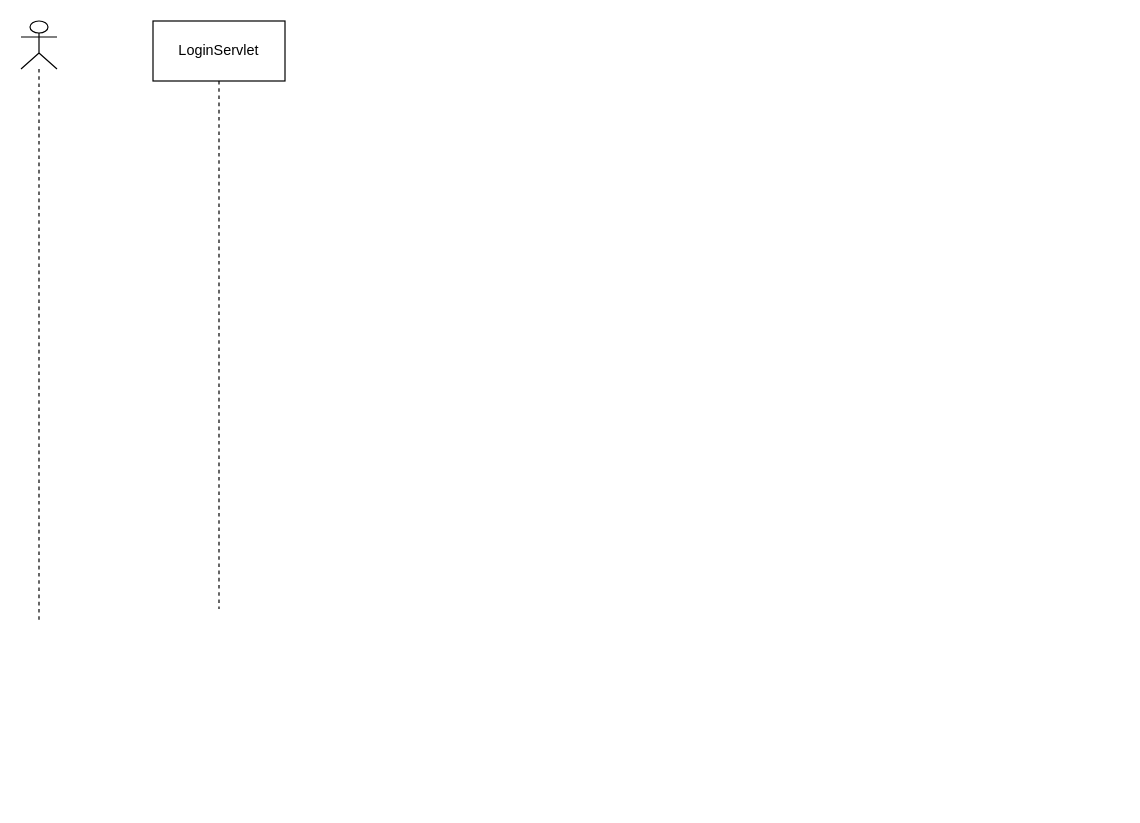
Earlier version of the draw.io diagram si-kensu1.drawio (Holy0343/Product1). Source tidied: cells renumbered, new cells numbered last; positions are measured from the earlier drawing's top-left corner, leaving out a move shared by most shapes. Both pictures are drawn from the tidied source at 120%, with x=0, y=0 at pixel (20, 20).
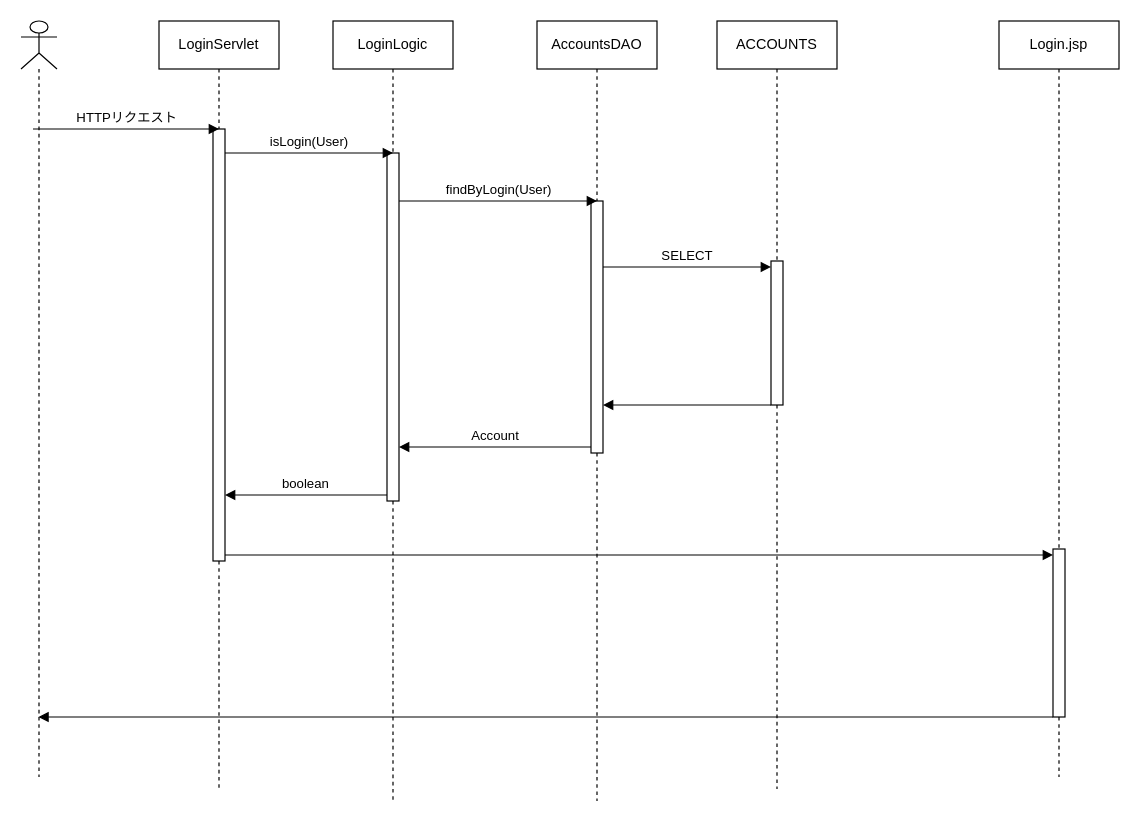
After the change.

Commit message (it also covers changes not shown here):
si-kensu1.drawio を更新します

What changed in the source:
```diff
@@
     <mxCell id="2" style="shape=umlLifeline;perimeter=lifelinePerimeter;whiteSpace=wrap;html=1;outlineConnect=0;portConstraint=eastwest;newEdgeStyle={&quot;curved&quot;:0,&quot;rounded&quot;:0};participant=umlActor;" parent="1" vertex="1">
-      <mxGeometry width="30" height="500" as="geometry" />
+      <mxGeometry width="30" height="630" as="geometry" />
     </mxCell>
-    <mxCell id="3" style="rounded=0;jettySize=auto;html=1;endArrow=none;endFill=0;dashed=1;" parent="1" edge="1" source="4">
+    <mxCell id="3" style="rounded=0;jettySize=auto;html=1;endArrow=none;endFill=0;dashed=1;" parent="1" edge="1" source="6">
       <mxGeometry relative="1" as="geometry">
-        <mxPoint x="165" y="490" as="targetPoint" />
+        <mxPoint x="165" y="640" as="targetPoint" />
       </mxGeometry>
     </mxCell>
     <mxCell id="4" value="LoginServlet" style="html=1;whiteSpace=wrap;" parent="1" vertex="1">
-      <mxGeometry x="110" width="110" height="50" as="geometry" />
+      <mxGeometry x="115" width="100" height="40" as="geometry" />
     </mxCell>
+    <mxCell id="5" style="rounded=0;jettySize=auto;html=1;endArrow=none;endFill=0;dashed=1;" parent="1" edge="1" source="4" target="6">
+      <mxGeometry relative="1" as="geometry" />
+    </mxCell>
+    <mxCell id="6" style="html=1;points=[[0,0,0,0,5],[0,1,0,0,-5],[1,0,0,0,5],[1,1,0,0,-5]];perimeter=orthogonalPerimeter;outlineConnect=0;targetShapes=umlLifeline;portConstraint=eastwest;newEdgeStyle={&quot;curved&quot;:0,&quot;rounded&quot;:0};" parent="1" vertex="1">
+      <mxGeometry x="160" y="90" width="10" height="360" as="geometry" />
+    </mxCell>
+    <mxCell id="7" value="HTTPリクエスト" style="html=1;verticalAlign=bottom;endArrow=block;curved=0;rounded=0;" parent="1" edge="1">
+      <mxGeometry relative="1" as="geometry">
+        <mxPoint x="10" y="90" as="sourcePoint" />
+        <mxPoint x="165" y="90" as="targetPoint" />
+      </mxGeometry>
+    </mxCell>
+    <mxCell id="8" style="rounded=0;jettySize=auto;html=1;endArrow=none;endFill=0;dashed=1;" parent="1" edge="1" source="11">
+      <mxGeometry relative="1" as="geometry">
+        <mxPoint x="310" y="650" as="targetPoint" />
+      </mxGeometry>
+    </mxCell>
+    <mxCell id="9" value="LoginLogic" style="html=1;whiteSpace=wrap;" parent="1" vertex="1">
+      <mxGeometry x="260" width="100" height="40" as="geometry" />
+    </mxCell>
+    <mxCell id="10" style="rounded=0;jettySize=auto;html=1;endArrow=none;endFill=0;dashed=1;" parent="1" edge="1" source="9" target="11">
+      <mxGeometry relative="1" as="geometry" />
+    </mxCell>
+    <mxCell id="11" style="html=1;points=[[0,0,0,0,5],[0,1,0,0,-5],[1,0,0,0,5],[1,1,0,0,-5]];perimeter=orthogonalPerimeter;outlineConnect=0;targetShapes=umlLifeline;portConstraint=eastwest;newEdgeStyle={&quot;curved&quot;:0,&quot;rounded&quot;:0};" parent="1" vertex="1">
+      <mxGeometry x="305" y="110" width="10" height="290" as="geometry" />
+    </mxCell>
+    <mxCell id="12" value="isLogin(User)" style="html=1;verticalAlign=bottom;endArrow=block;rounded=0;" parent="1" edge="1">
+      <mxGeometry relative="1" as="geometry">
+        <mxPoint x="170" y="110" as="sourcePoint" />
+        <mxPoint x="310" y="110" as="targetPoint" />
+        <Array as="points">
+          <mxPoint x="270" y="110" />
+        </Array>
+      </mxGeometry>
+    </mxCell>
+    <mxCell id="13" style="rounded=0;jettySize=auto;html=1;endArrow=none;endFill=0;dashed=1;" parent="1" edge="1" source="16">
+      <mxGeometry relative="1" as="geometry">
+        <mxPoint x="480" y="650" as="targetPoint" />
+      </mxGeometry>
+    </mxCell>
+    <mxCell id="14" value="AccountsDAO" style="html=1;whiteSpace=wrap;" parent="1" vertex="1">
+      <mxGeometry x="430" width="100" height="40" as="geometry" />
+    </mxCell>
+    <mxCell id="15" style="rounded=0;jettySize=auto;html=1;endArrow=none;endFill=0;dashed=1;" parent="1" edge="1" source="14" target="16">
+      <mxGeometry relative="1" as="geometry" />
+    </mxCell>
+    <mxCell id="16" style="html=1;points=[[0,0,0,0,5],[0,1,0,0,-5],[1,0,0,0,5],[1,1,0,0,-5]];perimeter=orthogonalPerimeter;outlineConnect=0;targetShapes=umlLifeline;portConstraint=eastwest;newEdgeStyle={&quot;curved&quot;:0,&quot;rounded&quot;:0};" parent="1" vertex="1">
+      <mxGeometry x="475" y="150" width="10" height="210" as="geometry" />
+    </mxCell>
+    <mxCell id="17" value="findByLogin(User)" style="html=1;verticalAlign=bottom;endArrow=block;curved=0;rounded=0;" parent="1" edge="1" source="11">
+      <mxGeometry relative="1" as="geometry">
+        <mxPoint x="480" y="150" as="targetPoint" />
+        <Array as="points">
+          <mxPoint x="390" y="150" />
+        </Array>
+      </mxGeometry>
+    </mxCell>
+    <mxCell id="18" style="rounded=0;jettySize=auto;html=1;endArrow=none;endFill=0;dashed=1;" parent="1" edge="1" source="21">
+      <mxGeometry relative="1" as="geometry">
+        <mxPoint x="630" y="640" as="targetPoint" />
+      </mxGeometry>
+    </mxCell>
+    <mxCell id="19" value="ACCOUNTS" style="html=1;whiteSpace=wrap;" parent="1" vertex="1">
+      <mxGeometry x="580" width="100" height="40" as="geometry" />
+    </mxCell>
+    <mxCell id="20" style="rounded=0;jettySize=auto;html=1;endArrow=none;endFill=0;dashed=1;" parent="1" edge="1" source="19" target="21">
+      <mxGeometry relative="1" as="geometry" />
+    </mxCell>
+    <mxCell id="21" style="html=1;points=[[0,0,0,0,5],[0,1,0,0,-5],[1,0,0,0,5],[1,1,0,0,-5]];perimeter=orthogonalPerimeter;outlineConnect=0;targetShapes=umlLifeline;portConstraint=eastwest;newEdgeStyle={&quot;curved&quot;:0,&quot;rounded&quot;:0};" parent="1" vertex="1">
+      <mxGeometry x="625" y="200" width="10" height="120" as="geometry" />
+    </mxCell>
+    <mxCell id="22" value="SELECT" style="html=1;verticalAlign=bottom;endArrow=block;curved=0;rounded=0;entryX=0;entryY=0;entryDx=0;entryDy=5;entryPerimeter=0;" parent="1" edge="1" source="16" target="21">
+      <mxGeometry relative="1" as="geometry" />
+    </mxCell>
+    <mxCell id="23" style="html=1;verticalAlign=bottom;endArrow=block;curved=0;rounded=0;" parent="1" edge="1" source="21" target="16">
+      <mxGeometry relative="1" as="geometry">
+        <Array as="points">
+          <mxPoint x="560" y="320" />
+        </Array>
+      </mxGeometry>
+    </mxCell>
+    <mxCell id="24" value="Account" style="html=1;verticalAlign=bottom;endArrow=block;curved=0;rounded=0;exitX=0;exitY=1;exitDx=0;exitDy=-5;exitPerimeter=0;" parent="1" edge="1" source="16" target="11">
+      <mxGeometry relative="1" as="geometry" />
+    </mxCell>
+    <mxCell id="25" value="boolean" style="html=1;verticalAlign=bottom;endArrow=block;curved=0;rounded=0;exitX=0;exitY=1;exitDx=0;exitDy=-5;exitPerimeter=0;" parent="1" edge="1" source="11" target="6">
+      <mxGeometry relative="1" as="geometry" />
+    </mxCell>
+    <mxCell id="26" style="rounded=0;jettySize=auto;html=1;endArrow=none;endFill=0;dashed=1;" parent="1" edge="1" source="29">
+      <mxGeometry relative="1" as="geometry">
+        <mxPoint x="865" y="630" as="targetPoint" />
+      </mxGeometry>
+    </mxCell>
+    <mxCell id="27" value="Login.jsp" style="html=1;whiteSpace=wrap;" parent="1" vertex="1">
+      <mxGeometry x="815" width="100" height="40" as="geometry" />
+    </mxCell>
+    <mxCell id="28" style="rounded=0;jettySize=auto;html=1;endArrow=none;endFill=0;dashed=1;" parent="1" edge="1" source="27" target="29">
+      <mxGeometry relative="1" as="geometry" />
+    </mxCell>
+    <mxCell id="29" style="html=1;points=[[0,0,0,0,5],[0,1,0,0,-5],[1,0,0,0,5],[1,1,0,0,-5]];perimeter=orthogonalPerimeter;outlineConnect=0;targetShapes=umlLifeline;portConstraint=eastwest;newEdgeStyle={&quot;curved&quot;:0,&quot;rounded&quot;:0};" parent="1" vertex="1">
+      <mxGeometry x="860" y="440" width="10" height="140" as="geometry" />
+    </mxCell>
+    <mxCell id="30" style="html=1;verticalAlign=bottom;endArrow=block;curved=0;rounded=0;exitX=1;exitY=1;exitDx=0;exitDy=-5;exitPerimeter=0;entryX=0;entryY=0;entryDx=0;entryDy=5;entryPerimeter=0;" parent="1" edge="1" source="6" target="29">
+      <mxGeometry relative="1" as="geometry" />
+    </mxCell>
+    <mxCell id="31" style="html=1;verticalAlign=bottom;endArrow=block;curved=0;rounded=0;" parent="1" edge="1" target="2">
+      <mxGeometry relative="1" as="geometry">
+        <mxPoint x="860" y="580" as="sourcePoint" />
+      </mxGeometry>
+    </mxCell>
```
